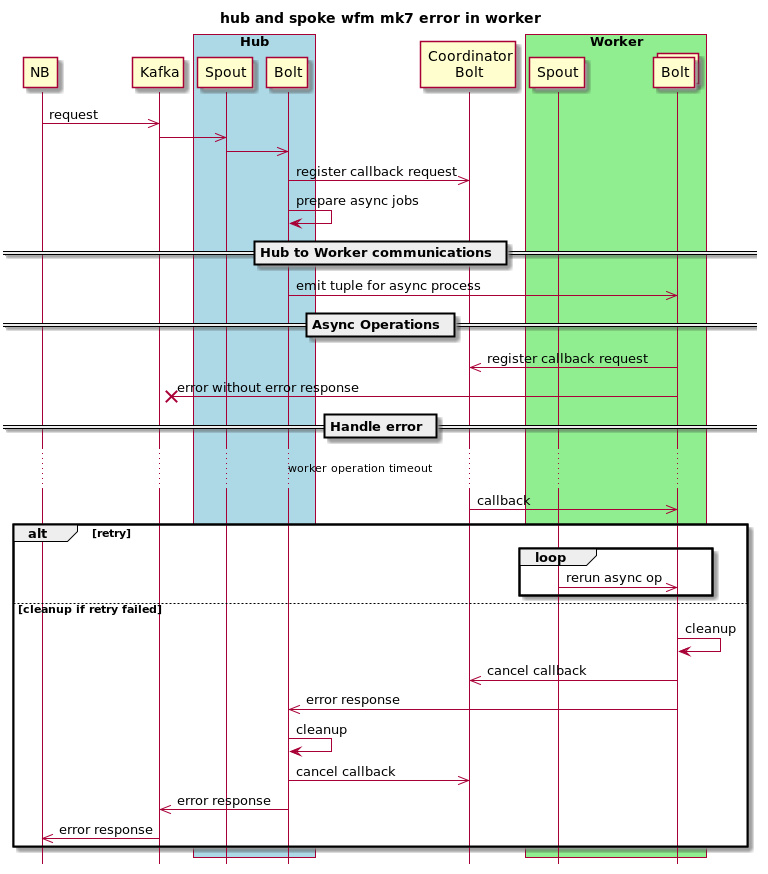
Before: docs/design/hub-and-spoke/v7/wfm-error-worker.png, a diagram exported from PlantUML (telstra/open-kilda).
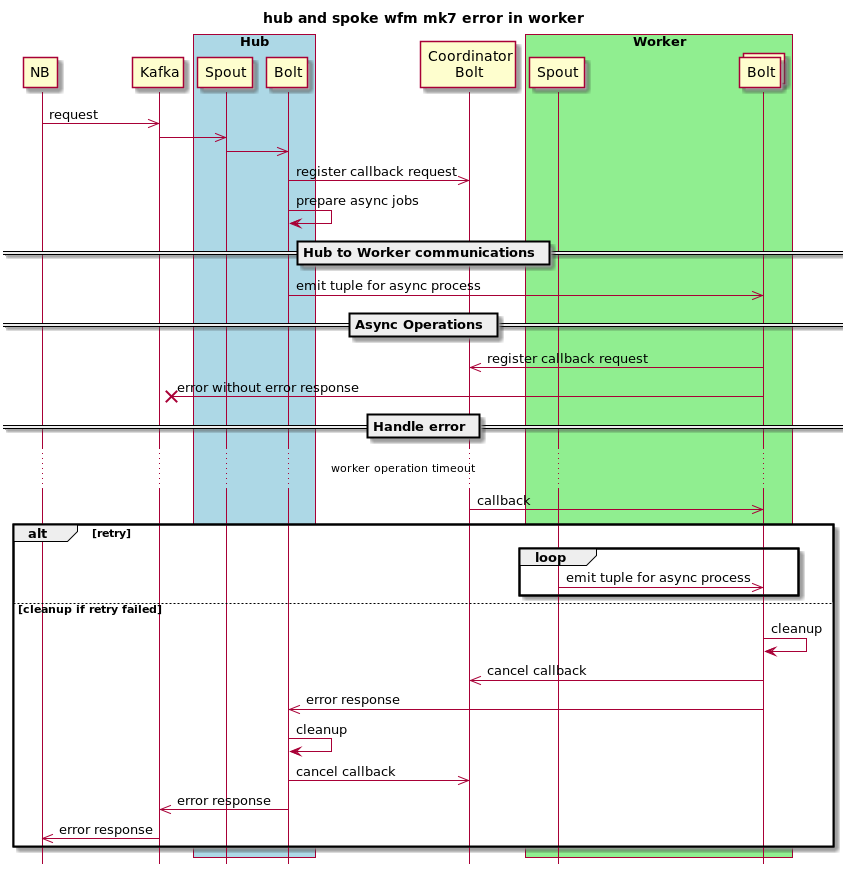
Above is the later version.

What changed in the source:
```diff
@@ -35,7 +35,7 @@
 
 alt retry
     loop
-        sp_work ->> bolt_work: rerun async op
+        sp_work ->> bolt_work: emit tuple for async process
     end
 else cleanup if retry failed
     bolt_work -> bolt_work : cleanup
```
